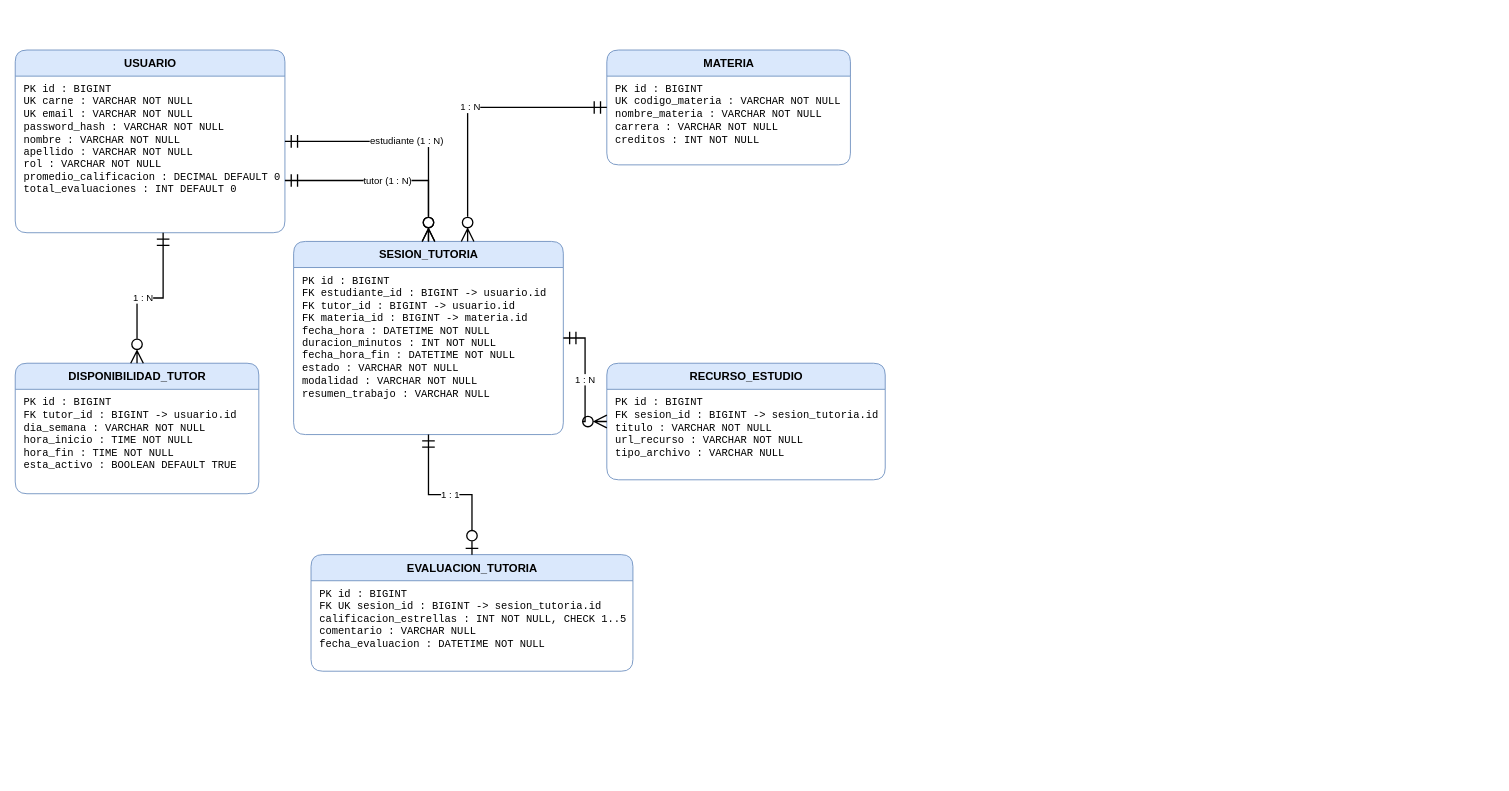
Earlier version of the draw.io diagram docs/diagrama-erd.drawio (BrayanME205/dsw4-JNODE-edumentor-backend). Source tidied: cells renumbered, new cells numbered last; positions are measured from the earlier drawing's top-left corner, leaving out a move shared by most shapes. Both pictures are drawn from the tidied source at 87%, with x=0, y=0 at pixel (15, 50).
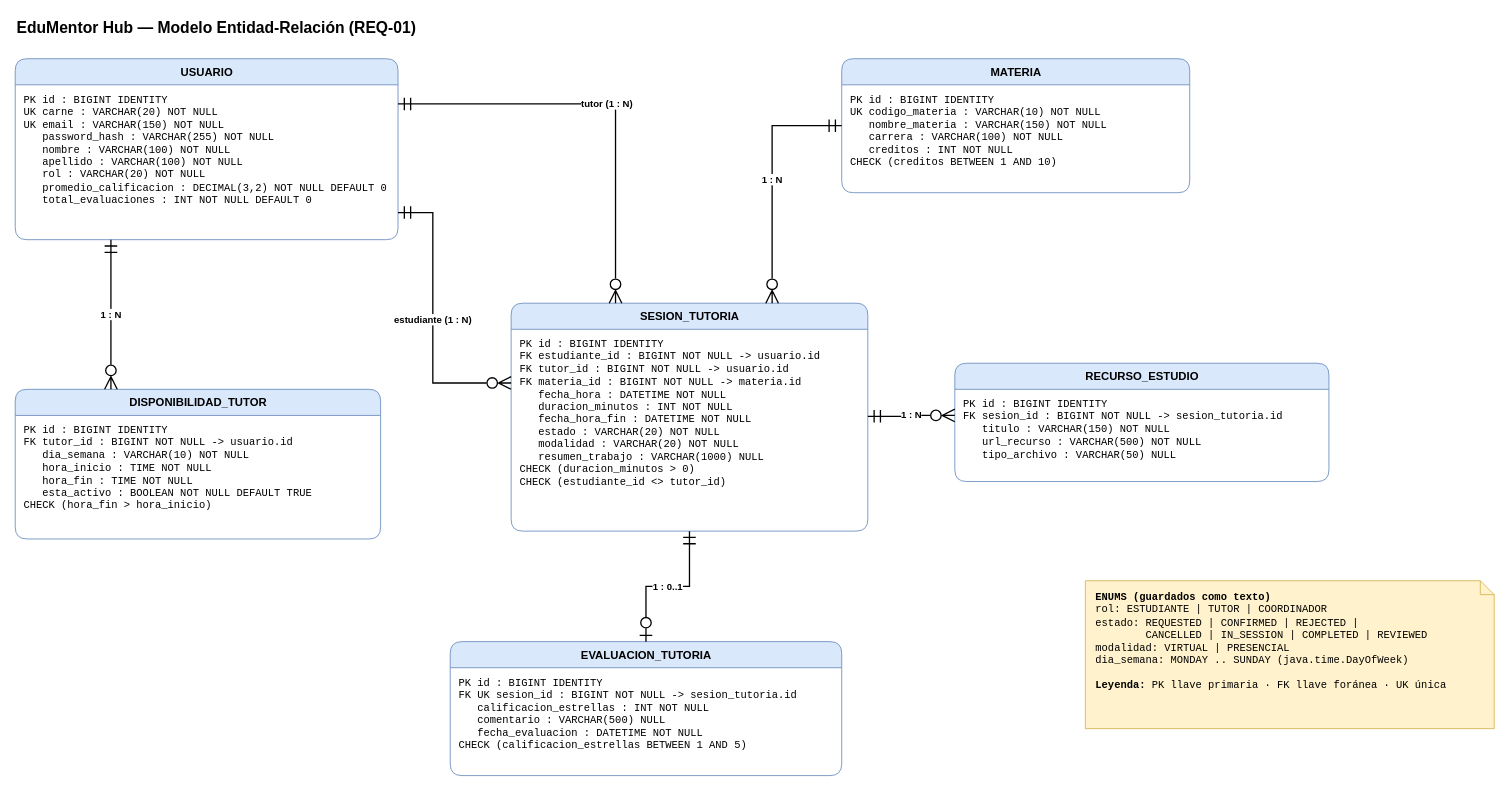
The same page after the edit.

Commit message (it also covers changes not shown here):
docs(REQ-01): agregar longitudes, NOT NULL, DEFAULT y CHECK al ERD

Diff of the diagram source:
```diff
@@
-<mxGraphModel>
+<mxGraphModel background="#ffffff">
@@
+    <mxCell id="20" value="EduMentor Hub — Modelo Entidad-Relación (REQ-01)" style="text;html=1;fontSize=18;fontStyle=1;align=left;verticalAlign=middle;" parent="1" vertex="1">
+      <mxGeometry y="-40" width="600" height="30" as="geometry" />
+    </mxCell>
-    <mxCell id="2" value="USUARIO" style="swimlane;fontStyle=1;align=center;verticalAlign=middle;startSize=30;html=1;rounded=1;fillColor=#dae8fc;strokeColor=#6c8ebf;fontSize=13;" parent="1" vertex="1">
-      <mxGeometry width="310" height="210" as="geometry" />
+    <mxCell id="2" value="USUARIO" style="swimlane;fontStyle=1;align=center;verticalAlign=middle;startSize=30;html=1;rounded=1;fillColor=light-dark(#DAE8FC,#006633);strokeColor=#6c8ebf;fontSize=13;" parent="1" vertex="1">
+      <mxGeometry y="10" width="440" height="208" as="geometry" />
     </mxCell>
-    <mxCell id="3" value="PK id : BIGINT&lt;br&gt;UK carne : VARCHAR NOT NULL&lt;br&gt;UK email : VARCHAR NOT NULL&lt;br&gt;   password_hash : VARCHAR NOT NULL&lt;br&gt;   nombre : VARCHAR NOT NULL&lt;br&gt;   apellido : VARCHAR NOT NULL&lt;br&gt;   rol : VARCHAR NOT NULL&lt;br&gt;   promedio_calificacion : DECIMAL DEFAULT 0&lt;br&gt;   total_evaluaciones : INT DEFAULT 0" style="text;html=1;align=left;verticalAlign=top;spacingLeft=8;fontFamily=Courier New;fontSize=12;" parent="2" vertex="1">
-      <mxGeometry y="32" width="310" height="178" as="geometry" />
-    </mxCell>
+    <mxCell id="21" value="PK id : BIGINT IDENTITY&lt;br&gt;UK carne : VARCHAR(20) NOT NULL&lt;br&gt;UK email : VARCHAR(150) NOT NULL&lt;br&gt;&amp;nbsp;&amp;nbsp;&amp;nbsp;password_hash&amp;nbsp;:&amp;nbsp;VARCHAR(255)&amp;nbsp;NOT&amp;nbsp;NULL&lt;br&gt;&amp;nbsp;&amp;nbsp;&amp;nbsp;nombre&amp;nbsp;:&amp;nbsp;VARCHAR(100)&amp;nbsp;NOT&amp;nbsp;NULL&lt;br&gt;&amp;nbsp;&amp;nbsp;&amp;nbsp;apellido&amp;nbsp;:&amp;nbsp;VARCHAR(100)&amp;nbsp;NOT&amp;nbsp;NULL&lt;br&gt;&amp;nbsp;&amp;nbsp;&amp;nbsp;rol&amp;nbsp;:&amp;nbsp;VARCHAR(20)&amp;nbsp;NOT&amp;nbsp;NULL&lt;br&gt;&amp;nbsp;&amp;nbsp;&amp;nbsp;promedio_calificacion&amp;nbsp;:&amp;nbsp;DECIMAL(3,2)&amp;nbsp;NOT&amp;nbsp;NULL&amp;nbsp;DEFAULT&amp;nbsp;0&lt;br&gt;&amp;nbsp;&amp;nbsp;&amp;nbsp;total_evaluaciones&amp;nbsp;:&amp;nbsp;INT&amp;nbsp;NOT&amp;nbsp;NULL&amp;nbsp;DEFAULT&amp;nbsp;0" style="text;html=1;align=left;verticalAlign=top;spacingLeft=8;spacingTop=4;fontFamily=Courier New;fontSize=12;whiteSpace=nowrap;fillColor=light-dark(transparent,#000000);" parent="2" vertex="1">
+      <mxGeometry y="30" width="440" height="178" as="geometry" />
+    </mxCell>
-    <mxCell id="4" value="MATERIA" style="swimlane;fontStyle=1;align=center;verticalAlign=middle;startSize=30;html=1;rounded=1;fillColor=#dae8fc;strokeColor=#6c8ebf;fontSize=13;" parent="1" vertex="1">
-      <mxGeometry x="680" width="280" height="132" as="geometry" />
+    <mxCell id="4" value="MATERIA" style="swimlane;fontStyle=1;align=center;verticalAlign=middle;startSize=30;html=1;rounded=1;fillColor=light-dark(#DAE8FC,#006633);strokeColor=#6c8ebf;fontSize=13;" parent="1" vertex="1">
+      <mxGeometry x="950" y="10" width="400" height="154" as="geometry" />
     </mxCell>
-    <mxCell id="5" value="PK id : BIGINT&lt;br&gt;UK codigo_materia : VARCHAR NOT NULL&lt;br&gt;   nombre_materia : VARCHAR NOT NULL&lt;br&gt;   carrera : VARCHAR NOT NULL&lt;br&gt;   creditos : INT NOT NULL" style="text;html=1;align=left;verticalAlign=top;spacingLeft=8;fontFamily=Courier New;fontSize=12;" parent="4" vertex="1">
-      <mxGeometry y="32" width="280" height="102" as="geometry" />
-    </mxCell>
+    <mxCell id="22" value="PK id : BIGINT IDENTITY&lt;br&gt;UK codigo_materia : VARCHAR(10) NOT NULL&lt;br&gt;&amp;nbsp;&amp;nbsp;&amp;nbsp;nombre_materia&amp;nbsp;:&amp;nbsp;VARCHAR(150)&amp;nbsp;NOT&amp;nbsp;NULL&lt;br&gt;&amp;nbsp;&amp;nbsp;&amp;nbsp;carrera&amp;nbsp;:&amp;nbsp;VARCHAR(100)&amp;nbsp;NOT&amp;nbsp;NULL&lt;br&gt;&amp;nbsp;&amp;nbsp;&amp;nbsp;creditos&amp;nbsp;:&amp;nbsp;INT&amp;nbsp;NOT&amp;nbsp;NULL&lt;br&gt;CHECK (creditos BETWEEN 1 AND 10)" style="text;html=1;align=left;verticalAlign=top;spacingLeft=8;spacingTop=4;fontFamily=Courier New;fontSize=12;whiteSpace=nowrap;fillColor=light-dark(transparent,#000000);" parent="4" vertex="1">
+      <mxGeometry y="30" width="400" height="124" as="geometry" />
+    </mxCell>
-    <mxCell id="6" value="DISPONIBILIDAD_TUTOR" style="swimlane;fontStyle=1;align=center;verticalAlign=middle;startSize=30;html=1;rounded=1;fillColor=#dae8fc;strokeColor=#6c8ebf;fontSize=13;" parent="1" vertex="1">
-      <mxGeometry y="360" width="280" height="150" as="geometry" />
+    <mxCell id="6" value="DISPONIBILIDAD_TUTOR" style="swimlane;fontStyle=1;align=center;verticalAlign=middle;startSize=30;html=1;rounded=1;fillColor=light-dark(#DAE8FC,#006633);strokeColor=#6c8ebf;fontSize=13;" parent="1" vertex="1">
+      <mxGeometry y="390" width="420" height="172" as="geometry" />
     </mxCell>
-    <mxCell id="7" value="PK id : BIGINT&lt;br&gt;FK tutor_id : BIGINT -&gt; usuario.id&lt;br&gt;   dia_semana : VARCHAR NOT NULL&lt;br&gt;   hora_inicio : TIME NOT NULL&lt;br&gt;   hora_fin : TIME NOT NULL&lt;br&gt;   esta_activo : BOOLEAN DEFAULT TRUE" style="text;html=1;align=left;verticalAlign=top;spacingLeft=8;fontFamily=Courier New;fontSize=12;" parent="6" vertex="1">
-      <mxGeometry y="32" width="280" height="120" as="geometry" />
-    </mxCell>
+    <mxCell id="23" value="PK id : BIGINT IDENTITY&lt;br&gt;FK tutor_id : BIGINT NOT NULL -&amp;gt; usuario.id&lt;br&gt;&amp;nbsp;&amp;nbsp;&amp;nbsp;dia_semana&amp;nbsp;:&amp;nbsp;VARCHAR(10)&amp;nbsp;NOT&amp;nbsp;NULL&lt;br&gt;&amp;nbsp;&amp;nbsp;&amp;nbsp;hora_inicio&amp;nbsp;:&amp;nbsp;TIME&amp;nbsp;NOT&amp;nbsp;NULL&lt;br&gt;&amp;nbsp;&amp;nbsp;&amp;nbsp;hora_fin&amp;nbsp;:&amp;nbsp;TIME&amp;nbsp;NOT&amp;nbsp;NULL&lt;br&gt;&amp;nbsp;&amp;nbsp;&amp;nbsp;esta_activo&amp;nbsp;:&amp;nbsp;BOOLEAN&amp;nbsp;NOT&amp;nbsp;NULL&amp;nbsp;DEFAULT&amp;nbsp;TRUE&lt;br&gt;CHECK (hora_fin &amp;gt; hora_inicio)" style="text;html=1;align=left;verticalAlign=top;spacingLeft=8;spacingTop=4;fontFamily=Courier New;fontSize=12;whiteSpace=nowrap;fillColor=light-dark(transparent,#000000);" parent="6" vertex="1">
+      <mxGeometry y="30" width="420" height="142" as="geometry" />
+    </mxCell>
-    <mxCell id="8" value="SESION_TUTORIA" style="swimlane;fontStyle=1;align=center;verticalAlign=middle;startSize=30;html=1;rounded=1;fillColor=#dae8fc;strokeColor=#6c8ebf;fontSize=13;" parent="1" vertex="1">
-      <mxGeometry x="320" y="220" width="310" height="222" as="geometry" />
+    <mxCell id="8" value="SESION_TUTORIA" style="swimlane;fontStyle=1;align=center;verticalAlign=middle;startSize=30;html=1;rounded=1;fillColor=light-dark(#DAE8FC,#006633);strokeColor=#6c8ebf;fontSize=13;" parent="1" vertex="1">
+      <mxGeometry x="570" y="291" width="410" height="262" as="geometry" />
     </mxCell>
-    <mxCell id="9" value="PK id : BIGINT&lt;br&gt;FK estudiante_id : BIGINT -&gt; usuario.id&lt;br&gt;FK tutor_id : BIGINT -&gt; usuario.id&lt;br&gt;FK materia_id : BIGINT -&gt; materia.id&lt;br&gt;   fecha_hora : DATETIME NOT NULL&lt;br&gt;   duracion_minutos : INT NOT NULL&lt;br&gt;   fecha_hora_fin : DATETIME NOT NULL&lt;br&gt;   estado : VARCHAR NOT NULL&lt;br&gt;   modalidad : VARCHAR NOT NULL&lt;br&gt;   resumen_trabajo : VARCHAR NULL" style="text;html=1;align=left;verticalAlign=top;spacingLeft=8;fontFamily=Courier New;fontSize=12;" parent="8" vertex="1">
-      <mxGeometry y="32" width="280" height="192" as="geometry" />
-    </mxCell>
+    <mxCell id="24" value="PK id : BIGINT IDENTITY&lt;br&gt;FK estudiante_id : BIGINT NOT NULL -&amp;gt; usuario.id&lt;br&gt;FK tutor_id : BIGINT NOT NULL -&amp;gt; usuario.id&lt;br&gt;FK materia_id : BIGINT NOT NULL -&amp;gt; materia.id&lt;br&gt;&amp;nbsp;&amp;nbsp;&amp;nbsp;fecha_hora&amp;nbsp;:&amp;nbsp;DATETIME&amp;nbsp;NOT&amp;nbsp;NULL&lt;br&gt;&amp;nbsp;&amp;nbsp;&amp;nbsp;duracion_minutos&amp;nbsp;:&amp;nbsp;INT&amp;nbsp;NOT&amp;nbsp;NULL&lt;br&gt;&amp;nbsp;&amp;nbsp;&amp;nbsp;fecha_hora_fin&amp;nbsp;:&amp;nbsp;DATETIME&amp;nbsp;NOT&amp;nbsp;NULL&lt;br&gt;&amp;nbsp;&amp;nbsp;&amp;nbsp;estado&amp;nbsp;:&amp;nbsp;VARCHAR(20)&amp;nbsp;NOT&amp;nbsp;NULL&lt;br&gt;&amp;nbsp;&amp;nbsp;&amp;nbsp;modalidad&amp;nbsp;:&amp;nbsp;VARCHAR(20)&amp;nbsp;NOT&amp;nbsp;NULL&lt;br&gt;&amp;nbsp;&amp;nbsp;&amp;nbsp;resumen_trabajo&amp;nbsp;:&amp;nbsp;VARCHAR(1000)&amp;nbsp;NULL&lt;br&gt;CHECK (duracion_minutos &amp;gt; 0)&lt;br&gt;CHECK (estudiante_id &amp;lt;&amp;gt; tutor_id)" style="text;html=1;align=left;verticalAlign=top;spacingLeft=8;spacingTop=4;fontFamily=Courier New;fontSize=12;whiteSpace=nowrap;fillColor=light-dark(transparent,#000000);" parent="8" vertex="1">
+      <mxGeometry y="30" width="410" height="232" as="geometry" />
+    </mxCell>
-    <mxCell id="10" value="RECURSO_ESTUDIO" style="swimlane;fontStyle=1;align=center;verticalAlign=middle;startSize=30;html=1;rounded=1;fillColor=#dae8fc;strokeColor=#6c8ebf;fontSize=13;" parent="1" vertex="1">
-      <mxGeometry x="680" y="360" width="320" height="134" as="geometry" />
+    <mxCell id="10" value="RECURSO_ESTUDIO" style="swimlane;fontStyle=1;align=center;verticalAlign=middle;startSize=30;html=1;rounded=1;fillColor=light-dark(#DAE8FC,#006633);strokeColor=#6c8ebf;fontSize=13;" parent="1" vertex="1">
+      <mxGeometry x="1080" y="360" width="430" height="136" as="geometry" />
     </mxCell>
-    <mxCell id="11" value="PK id : BIGINT&lt;br&gt;FK sesion_id : BIGINT -&gt; sesion_tutoria.id&lt;br&gt;   titulo : VARCHAR NOT NULL&lt;br&gt;   url_recurso : VARCHAR NOT NULL&lt;br&gt;   tipo_archivo : VARCHAR NULL" style="text;html=1;align=left;verticalAlign=top;spacingLeft=8;fontFamily=Courier New;fontSize=12;" parent="10" vertex="1">
-      <mxGeometry y="32" width="320" height="102" as="geometry" />
-    </mxCell>
+    <mxCell id="25" value="PK id : BIGINT IDENTITY&lt;br&gt;FK sesion_id : BIGINT NOT NULL -&amp;gt; sesion_tutoria.id&lt;br&gt;&amp;nbsp;&amp;nbsp;&amp;nbsp;titulo&amp;nbsp;:&amp;nbsp;VARCHAR(150)&amp;nbsp;NOT&amp;nbsp;NULL&lt;br&gt;&amp;nbsp;&amp;nbsp;&amp;nbsp;url_recurso&amp;nbsp;:&amp;nbsp;VARCHAR(500)&amp;nbsp;NOT&amp;nbsp;NULL&lt;br&gt;&amp;nbsp;&amp;nbsp;&amp;nbsp;tipo_archivo&amp;nbsp;:&amp;nbsp;VARCHAR(50)&amp;nbsp;NULL" style="text;html=1;align=left;verticalAlign=top;spacingLeft=8;spacingTop=4;fontFamily=Courier New;fontSize=12;whiteSpace=nowrap;fillColor=light-dark(transparent,#000000);" parent="10" vertex="1">
+      <mxGeometry y="30" width="430" height="106" as="geometry" />
+    </mxCell>
-    <mxCell id="12" value="EVALUACION_TUTORIA" style="swimlane;fontStyle=1;align=center;verticalAlign=middle;startSize=30;html=1;rounded=1;fillColor=#dae8fc;strokeColor=#6c8ebf;fontSize=13;" parent="1" vertex="1">
-      <mxGeometry x="340" y="580" width="370" height="134" as="geometry" />
+    <mxCell id="12" value="EVALUACION_TUTORIA" style="swimlane;fontStyle=1;align=center;verticalAlign=middle;startSize=30;html=1;rounded=1;fillColor=light-dark(#DAE8FC,#006633);strokeColor=#6c8ebf;fontSize=13;" parent="1" vertex="1">
+      <mxGeometry x="500" y="680" width="450" height="154" as="geometry" />
     </mxCell>
-    <mxCell id="13" value="PK id : BIGINT&lt;br&gt;FK UK sesion_id : BIGINT -&gt; sesion_tutoria.id&lt;br&gt;   calificacion_estrellas : INT NOT NULL, CHECK 1..5&lt;br&gt;   comentario : VARCHAR NULL&lt;br&gt;   fecha_evaluacion : DATETIME NOT NULL" style="text;html=1;align=left;verticalAlign=top;spacingLeft=8;fontFamily=Courier New;fontSize=12;" parent="12" vertex="1">
-      <mxGeometry y="32" width="370" height="102" as="geometry" />
-    </mxCell>
+    <mxCell id="26" value="PK id : BIGINT IDENTITY&lt;br&gt;FK UK sesion_id : BIGINT NOT NULL -&amp;gt; sesion_tutoria.id&lt;br&gt;&amp;nbsp;&amp;nbsp;&amp;nbsp;calificacion_estrellas&amp;nbsp;:&amp;nbsp;INT&amp;nbsp;NOT&amp;nbsp;NULL&lt;br&gt;&amp;nbsp;&amp;nbsp;&amp;nbsp;comentario&amp;nbsp;:&amp;nbsp;VARCHAR(500)&amp;nbsp;NULL&lt;br&gt;&amp;nbsp;&amp;nbsp;&amp;nbsp;fecha_evaluacion&amp;nbsp;:&amp;nbsp;DATETIME&amp;nbsp;NOT&amp;nbsp;NULL&lt;br&gt;CHECK (calificacion_estrellas BETWEEN 1 AND 5)" style="text;html=1;align=left;verticalAlign=top;spacingLeft=8;spacingTop=4;fontFamily=Courier New;fontSize=12;whiteSpace=nowrap;fillColor=light-dark(transparent,#000000);" parent="12" vertex="1">
+      <mxGeometry y="30" width="450" height="124" as="geometry" />
+    </mxCell>
+    <mxCell id="27" value="&lt;b&gt;ENUMS (guardados como texto)&lt;/b&gt;&lt;br&gt;rol: ESTUDIANTE | TUTOR | COORDINADOR&lt;br&gt;estado: REQUESTED | CONFIRMED | REJECTED |&lt;br&gt;&amp;nbsp;&amp;nbsp;&amp;nbsp;&amp;nbsp;&amp;nbsp;&amp;nbsp;&amp;nbsp;&amp;nbsp;CANCELLED | IN_SESSION | COMPLETED | REVIEWED&lt;br&gt;modalidad: VIRTUAL | PRESENCIAL&lt;br&gt;dia_semana: MONDAY .. SUNDAY (java.time.DayOfWeek)&lt;br&gt;&lt;br&gt;&lt;b&gt;Leyenda:&lt;/b&gt; PK llave primaria · FK llave foránea · UK única" style="shape=note;whiteSpace=nowrap;html=1;backgroundOutline=1;size=16;align=left;verticalAlign=top;spacingLeft=10;spacingTop=6;fontFamily=Courier New;fontSize=12;fillColor=light-dark(#FFF2CC,#4D4D4D);strokeColor=#d6b656;" parent="1" vertex="1">
+      <mxGeometry x="1230" y="610" width="470" height="170" as="geometry" />
+    </mxCell>
-    <mxCell id="14" value="1 : N" style="edgeStyle=orthogonalEdgeStyle;rounded=0;html=1;endArrow=ERzeroToMany;startArrow=ERmandOne;startFill=0;endFill=0;endSize=12;startSize=12;strokeWidth=1.5;labelBackgroundColor=#ffffff;" parent="1" edge="1" source="2" target="6">
-      <mxGeometry x="0.09" relative="1" as="geometry">
-        <Array as="points">
-          <mxPoint x="170" y="285" />
-          <mxPoint x="140" y="285" />
-        </Array>
-      </mxGeometry>
+    <mxCell id="14" value="1 : N" style="edgeStyle=orthogonalEdgeStyle;rounded=0;html=1;startArrow=ERmandOne;endArrow=ERzeroToMany;startFill=0;endFill=0;startSize=12;endSize=12;strokeWidth=1.5;labelBackgroundColor=#ffffff;fontStyle=1;exitX=0.25;exitY=1;exitDx=0;exitDy=0;entryX=0.2619047619047619;entryY=0;entryDx=0;entryDy=0;" parent="1" edge="1" source="2" target="6">
+      <mxGeometry relative="1" as="geometry" />
     </mxCell>
-    <mxCell id="15" value="estudiante (1 : N)" style="edgeStyle=orthogonalEdgeStyle;rounded=0;html=1;endArrow=ERzeroToMany;startArrow=ERmandOne;startFill=0;endFill=0;endSize=12;startSize=12;strokeWidth=1.5;labelBackgroundColor=#ffffff;" parent="1" edge="1" source="2" target="8">
-      <mxGeometry relative="1" as="geometry" />
+    <mxCell id="15" value="estudiante (1 : N)" style="edgeStyle=orthogonalEdgeStyle;rounded=0;html=1;startArrow=ERmandOne;endArrow=ERzeroToMany;startFill=0;endFill=0;startSize=12;endSize=12;strokeWidth=1.5;labelBackgroundColor=#ffffff;fontStyle=1;exitX=1;exitY=0.85;exitDx=0;exitDy=0;entryX=0;entryY=0.35;entryDx=0;entryDy=0;" parent="1" edge="1" source="2" target="8">
+      <mxGeometry relative="1" as="geometry">
+        <Array as="points">
+          <mxPoint x="480" y="187" />
+          <mxPoint x="480" y="382" />
+        </Array>
+      </mxGeometry>
     </mxCell>
-    <mxCell id="16" value="tutor (1 : N)" style="edgeStyle=orthogonalEdgeStyle;rounded=0;html=1;endArrow=ERzeroToMany;startArrow=ERmandOne;startFill=0;endFill=0;endSize=12;startSize=12;strokeWidth=1.5;labelBackgroundColor=#ffffff;" parent="1" edge="1" source="2" target="8">
-      <mxGeometry relative="1" as="geometry">
-        <Array as="points">
-          <mxPoint x="475" y="150" />
-        </Array>
-      </mxGeometry>
+    <mxCell id="16" value="tutor (1 : N)" style="edgeStyle=orthogonalEdgeStyle;rounded=0;html=1;startArrow=ERmandOne;endArrow=ERzeroToMany;startFill=0;endFill=0;startSize=12;endSize=12;strokeWidth=1.5;labelBackgroundColor=#ffffff;fontStyle=1;exitX=1;exitY=0.25;exitDx=0;exitDy=0;entryX=0.2926829268292683;entryY=0;entryDx=0;entryDy=0;" parent="1" edge="1" source="2" target="8">
+      <mxGeometry relative="1" as="geometry" />
     </mxCell>
-    <mxCell id="17" value="1 : N" style="edgeStyle=orthogonalEdgeStyle;rounded=0;html=1;endArrow=ERzeroToMany;startArrow=ERmandOne;startFill=0;endFill=0;endSize=12;startSize=12;strokeWidth=1.5;labelBackgroundColor=#ffffff;" parent="1" edge="1" source="4" target="8">
-      <mxGeometry relative="1" as="geometry">
-        <Array as="points">
-          <mxPoint x="520" y="66" />
-        </Array>
-      </mxGeometry>
+    <mxCell id="17" value="1 : N" style="edgeStyle=orthogonalEdgeStyle;rounded=0;html=1;startArrow=ERmandOne;endArrow=ERzeroToMany;startFill=0;endFill=0;startSize=12;endSize=12;strokeWidth=1.5;labelBackgroundColor=#ffffff;fontStyle=1;exitX=0;exitY=0.5;exitDx=0;exitDy=0;entryX=0.7317073170731707;entryY=0;entryDx=0;entryDy=0;" parent="1" edge="1" source="4" target="8">
+      <mxGeometry relative="1" as="geometry" />
     </mxCell>
-    <mxCell id="18" value="1 : N" style="edgeStyle=orthogonalEdgeStyle;rounded=0;html=1;endArrow=ERzeroToMany;startArrow=ERmandOne;startFill=0;endFill=0;endSize=12;startSize=12;strokeWidth=1.5;labelBackgroundColor=#ffffff;" parent="1" edge="1" source="8" target="10">
+    <mxCell id="18" value="1 : N" style="edgeStyle=orthogonalEdgeStyle;rounded=0;html=1;startArrow=ERmandOne;endArrow=ERzeroToMany;startFill=0;endFill=0;startSize=12;endSize=12;strokeWidth=1.5;labelBackgroundColor=#ffffff;fontStyle=1;exitX=1;exitY=0.4961832061068702;exitDx=0;exitDy=0;entryX=0;entryY=0.4411764705882353;entryDx=0;entryDy=0;" parent="1" edge="1" source="8" target="10">
       <mxGeometry relative="1" as="geometry" />
     </mxCell>
-    <mxCell id="19" value="1 : 1" style="edgeStyle=orthogonalEdgeStyle;rounded=0;html=1;endArrow=ERzeroToOne;startArrow=ERmandOne;startFill=0;endFill=0;endSize=12;startSize=12;strokeWidth=1.5;labelBackgroundColor=#ffffff;" parent="1" edge="1" source="8" target="12">
+    <mxCell id="19" value="1 : 0..1" style="edgeStyle=orthogonalEdgeStyle;rounded=0;html=1;startArrow=ERmandOne;endArrow=ERzeroToOne;startFill=0;endFill=0;startSize=12;endSize=12;strokeWidth=1.5;labelBackgroundColor=#ffffff;fontStyle=1;exitX=0.5;exitY=1;exitDx=0;exitDy=0;entryX=0.5;entryY=0;entryDx=0;entryDy=0;" parent="1" edge="1" source="8" target="12">
       <mxGeometry relative="1" as="geometry" />
     </mxCell>
```
